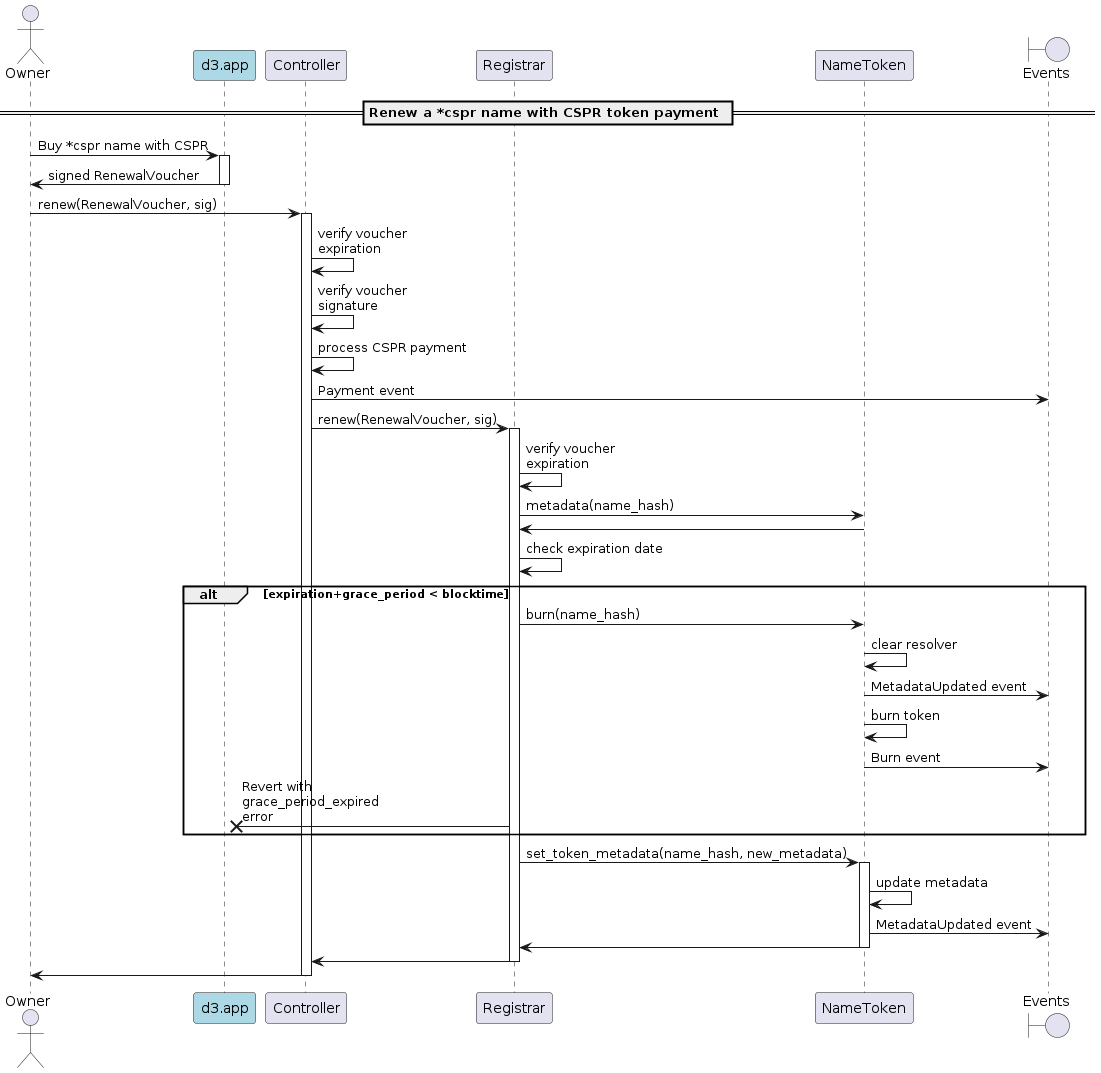
Before: docs/sequence-diagrams/puml/onchain-renewal.png, a diagram exported from PlantUML (make-software/cspr-name-contracts).
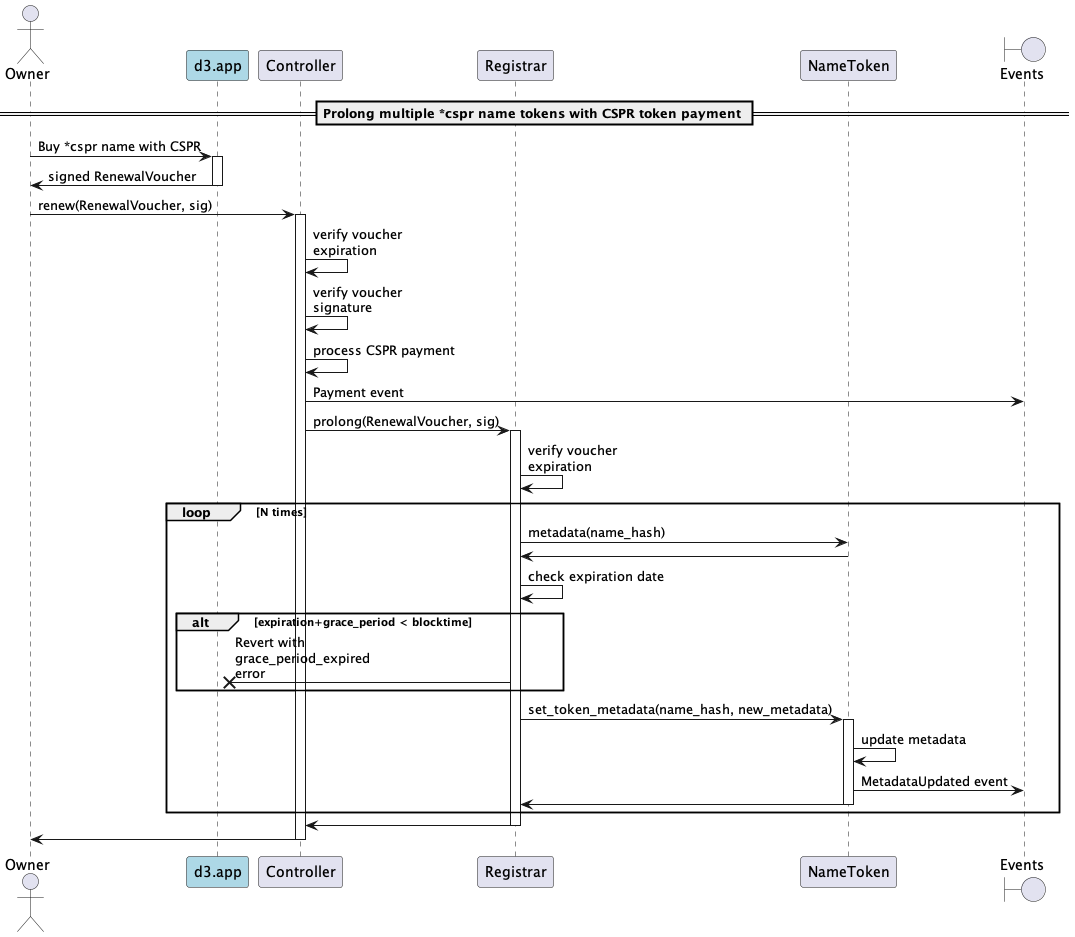
After the commit.

Commit message:
Changes to renew cspr name: - changed single token renewal flow to multiple token renewal flow - removed burn action when renewal grace period has elapsed.

The edit, as a diff of the source:
```diff
@@ -7,7 +7,7 @@
 participant "NameToken"
 boundary "Events"
 
-== Renew a *cspr name with CSPR token payment ==
+== Prolong multiple *cspr name tokens with CSPR token payment ==
 
 Owner -> d3: Buy *cspr name with CSPR
 activate d3
@@ -20,26 +20,23 @@
 Controller -> Controller: verify voucher\nsignature
 Controller -> Controller: process CSPR payment
 Controller -> "Events": Payment event
-Controller -> Registrar: renew(RenewalVoucher, sig)
+Controller -> Registrar: prolong(RenewalVoucher, sig)
 activate Registrar
 Registrar -> Registrar: verify voucher\nexpiration
-Registrar -> NameToken: metadata(name_hash)
-NameToken -> Registrar
-Registrar -> Registrar: check expiration date
-alt expiration+grace_period < blocktime
-    Registrar -> NameToken: burn(name_hash)
-    NameToken -> NameToken: clear resolver
+    loop N times
+    Registrar -> NameToken: metadata(name_hash)
+    NameToken -> Registrar
+    Registrar -> Registrar: check expiration date
+    alt expiration+grace_period < blocktime
+        Registrar ->x d3: Revert with\ngrace_period_expired\nerror
+    end
+    Registrar -> NameToken: set_token_metadata(name_hash, new_metadata)
+    activate NameToken
+    NameToken -> NameToken: update metadata
     NameToken -> "Events": MetadataUpdated event
-    NameToken -> NameToken: burn token
-    NameToken -> "Events": Burn event
-    Registrar ->x d3: Revert with\ngrace_period_expired\nerror
-end
-Registrar -> NameToken: set_token_metadata(name_hash, new_metadata)
-activate NameToken
-NameToken -> NameToken: update metadata
-NameToken -> "Events": MetadataUpdated event
-NameToken -> Registrar
-deactivate NameToken
+    NameToken -> Registrar
+    deactivate NameToken
+    end loop
 Registrar -> Controller
 deactivate Registrar
 Controller -> Owner
```
